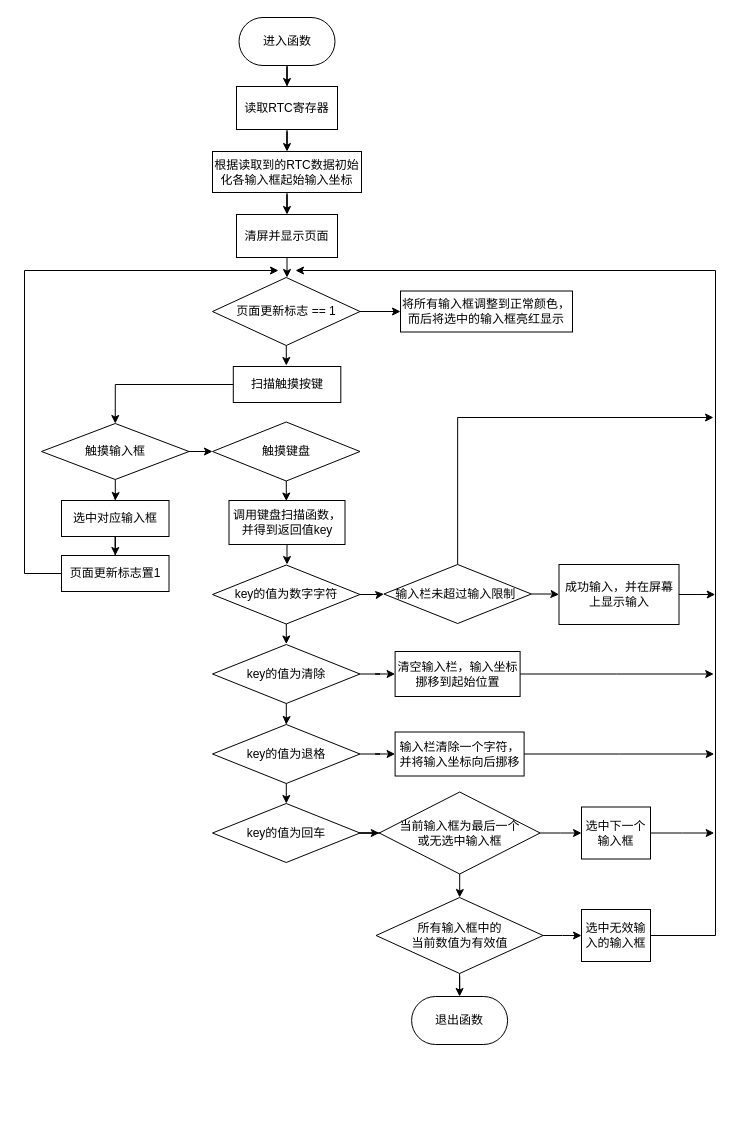
This is 多功能医药盒系统设置函数.drawio from Thurstonszd/FlowDiagram, a draw.io file, before an edit. Source tidied: cells renumbered, new cells numbered last; positions are measured from the earlier drawing's top-left corner, leaving out a move shared by most shapes. Both pictures are drawn from the tidied source at 100%, with x=0, y=0 at pixel (24, 17).
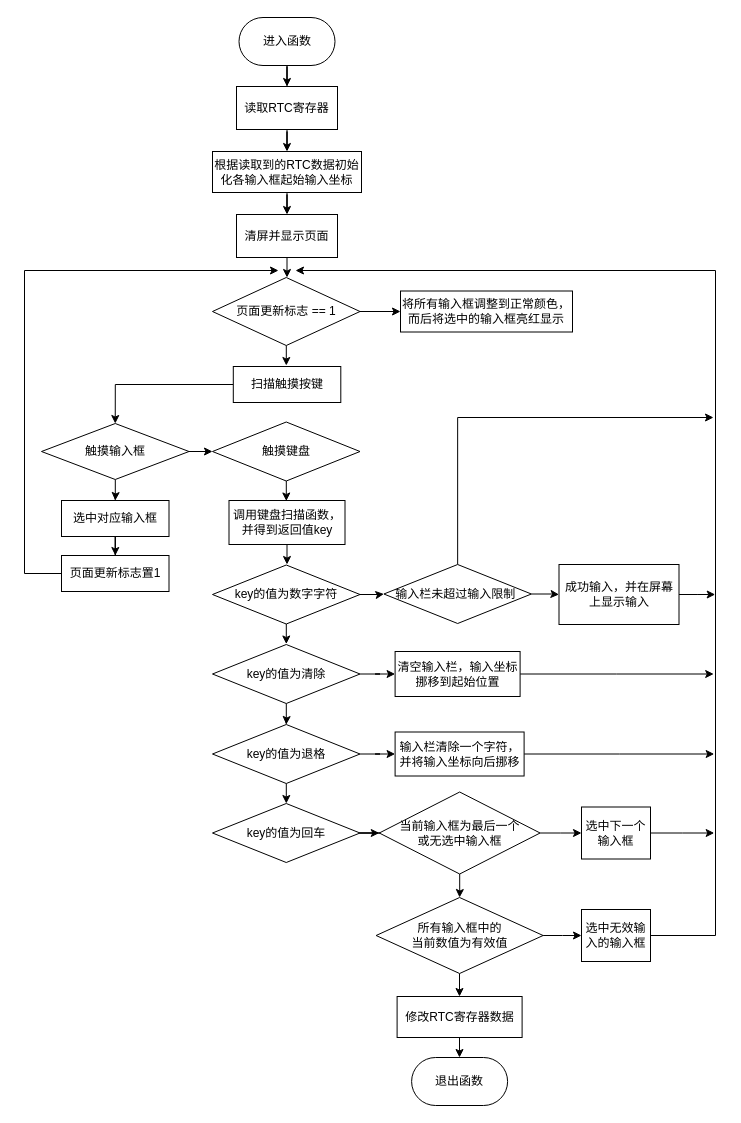
Above is the later version.

Commit message:
多功能医药盒添加药品页面函数.drawio

The change refers to these unchanged cells:
```xml
<mxCell id="52" value="所有输入框中的&lt;br&gt;当前数值为有效值" style="rhombus;whiteSpace=wrap;html=1;" parent="1" vertex="1">
  <mxGeometry x="351.6" y="880" width="167" height="76" as="geometry" />
</mxCell>
```

Diff of the diagram source:
```diff
@@
-    <mxCell id="50" style="edgeStyle=orthogonalEdgeStyle;rounded=0;jettySize=auto;html=1;entryX=0.5;entryY=0;entryDx=0;entryDy=0;" parent="1" edge="1" source="52" target="53">
-      <mxGeometry relative="1" as="geometry" />
-    </mxCell>
@@
+    <mxCell id="58" style="edgeStyle=elbowEdgeStyle;rounded=0;jettySize=auto;html=1;entryX=0.5;entryY=0;entryDx=0;entryDy=0;" parent="1" edge="1" source="52" target="60">
+      <mxGeometry relative="1" as="geometry" />
+    </mxCell>
@@
     <mxCell id="53" value="退出函数" style="rounded=1;whiteSpace=wrap;html=1;arcSize=50;" parent="1" vertex="1">
-      <mxGeometry x="387.1" y="979" width="96" height="48" as="geometry" />
+      <mxGeometry x="387.1" y="1040" width="96" height="48" as="geometry" />
     </mxCell>
@@
+    <mxCell id="59" style="edgeStyle=elbowEdgeStyle;rounded=0;jettySize=auto;html=1;entryX=0.5;entryY=0;entryDx=0;entryDy=0;" parent="1" edge="1" source="60" target="53">
+      <mxGeometry relative="1" as="geometry" />
+    </mxCell>
+    <mxCell id="60" value="修改RTC寄存器数据" style="rounded=0;whiteSpace=wrap;html=1;" parent="1" vertex="1">
+      <mxGeometry x="372.6" y="979" width="125" height="41" as="geometry" />
+    </mxCell>
```
